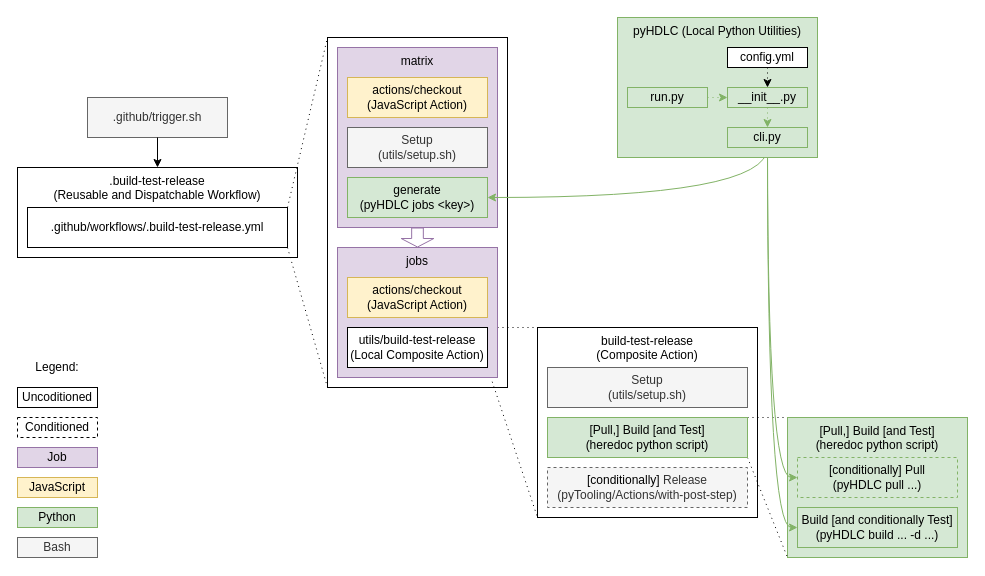
hdl/containers keeps this draw.io diagram as doc/containers.drawio. Above is the earlier version. Source tidied: cells renumbered, new cells numbered last; positions are measured from the earlier drawing's top-left corner, leaving out a move shared by most shapes. Both pictures are drawn from the tidied source at 100%, with x=0, y=0 at pixel (17, 17).
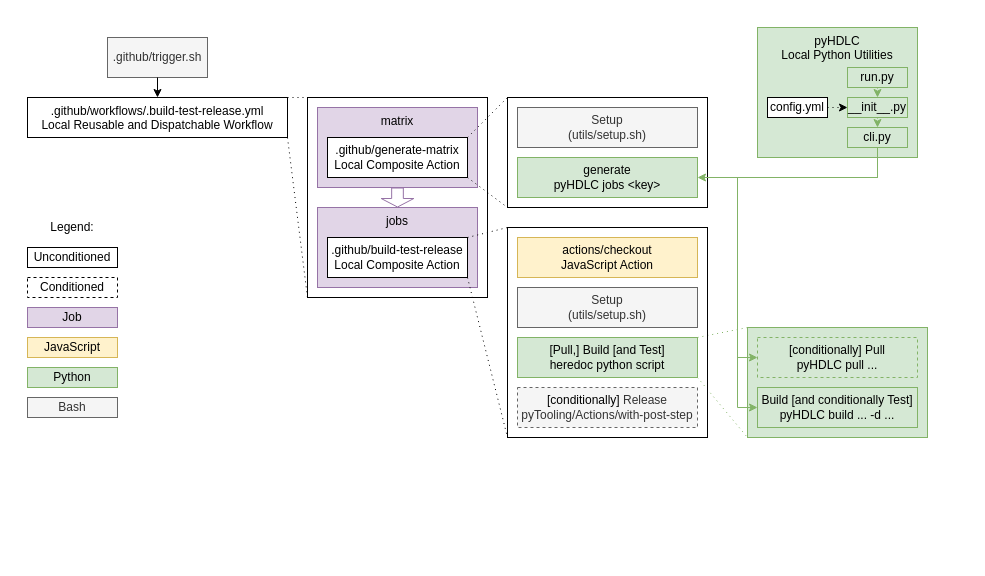
Above is the later version.

Commit message (it also covers changes not shown here):
doc/CI/Structure: update diagram

Change to the diagram source:
```diff
@@
+    <mxCell id="16" style="rounded=0;whiteSpace=wrap;html=1;fillColor=#d5e8d4;strokeColor=#82b366;verticalAlign=top;" parent="1" vertex="1">
+      <mxGeometry x="730" y="310" width="180" height="110" as="geometry" />
+    </mxCell>
+    <mxCell id="51" style="rounded=0;whiteSpace=wrap;html=1;verticalAlign=top;fillColor=none;" parent="1" vertex="1">
+      <mxGeometry x="490" y="80" width="200" height="110" as="geometry" />
+    </mxCell>
+    <mxCell id="39" value="pyHDLC&lt;br&gt;Local Python Utilities" style="rounded=0;whiteSpace=wrap;html=1;fillColor=#d5e8d4;strokeColor=#82b366;verticalAlign=top;" parent="1" vertex="1">
+      <mxGeometry x="740" y="10" width="160" height="130" as="geometry" />
+    </mxCell>
     <mxCell id="2" style="rounded=0;whiteSpace=wrap;html=1;verticalAlign=top;fillColor=none;" parent="1" vertex="1">
-      <mxGeometry x="310" y="20" width="180" height="350" as="geometry" />
+      <mxGeometry x="290" y="80" width="180" height="200" as="geometry" />
     </mxCell>
     <mxCell id="3" value="matrix" style="rounded=0;whiteSpace=wrap;html=1;verticalAlign=top;fillColor=#e1d5e7;strokeColor=#9673a6;" parent="1" vertex="1">
-      <mxGeometry x="320" y="30" width="160" height="180" as="geometry" />
+      <mxGeometry x="300" y="90" width="160" height="80" as="geometry" />
     </mxCell>
     <mxCell id="4" style="group;" parent="1" vertex="1">
-      <mxGeometry y="340" width="80" height="200" as="geometry" />
+      <mxGeometry x="10" y="200" width="90" height="200" as="geometry" />
     </mxCell>
     <mxCell id="5" style="group;" parent="4" vertex="1">
-      <mxGeometry width="80" height="200" as="geometry" />
+      <mxGeometry width="90" height="200" as="geometry" />
     </mxCell>
     <mxCell id="6" style="group;" parent="5" vertex="1">
-      <mxGeometry width="80" height="200" as="geometry" />
+      <mxGeometry width="90" height="200" as="geometry" />
     </mxCell>
     <mxCell id="7" style="group;" parent="6" vertex="1">
-      <mxGeometry width="80" height="200" as="geometry" />
+      <mxGeometry width="90" height="200" as="geometry" />
     </mxCell>
     <mxCell id="8" value="Job" style="rounded=0;whiteSpace=wrap;html=1;fillColor=#e1d5e7;strokeColor=#9673a6;" parent="7" vertex="1">
-      <mxGeometry y="90" width="80" height="20" as="geometry" />
+      <mxGeometry y="90" width="90" height="20" as="geometry" />
     </mxCell>
     <mxCell id="9" value="JavaScript" style="rounded=0;whiteSpace=wrap;html=1;fillColor=#fff2cc;strokeColor=#d6b656;" parent="7" vertex="1">
-      <mxGeometry y="120" width="80" height="20" as="geometry" />
+      <mxGeometry y="120" width="90" height="20" as="geometry" />
     </mxCell>
     <mxCell id="10" value="Bash" style="rounded=0;whiteSpace=wrap;html=1;fillColor=#f5f5f5;strokeColor=#666666;fontColor=#333333;" parent="7" vertex="1">
-      <mxGeometry y="180" width="80" height="20" as="geometry" />
+      <mxGeometry y="180" width="90" height="20" as="geometry" />
     </mxCell>
     <mxCell id="11" value="Python" style="rounded=0;whiteSpace=wrap;html=1;fillColor=#d5e8d4;strokeColor=#82b366;" parent="7" vertex="1">
-      <mxGeometry y="150" width="80" height="20" as="geometry" />
+      <mxGeometry y="150" width="90" height="20" as="geometry" />
     </mxCell>
     <mxCell id="12" value="Legend:" style="rounded=0;whiteSpace=wrap;html=1;fillColor=none;strokeColor=none;" parent="7" vertex="1">
-      <mxGeometry width="80" height="20" as="geometry" />
+      <mxGeometry width="90" height="20" as="geometry" />
     </mxCell>
-    <mxCell id="13" value="Uncoditioned" style="rounded=0;whiteSpace=wrap;html=1;" parent="7" vertex="1">
-      <mxGeometry y="30" width="80" height="20" as="geometry" />
+    <mxCell id="13" value="Unconditioned" style="rounded=0;whiteSpace=wrap;html=1;" parent="7" vertex="1">
+      <mxGeometry y="30" width="90" height="20" as="geometry" />
     </mxCell>
     <mxCell id="14" value="Conditioned" style="rounded=0;whiteSpace=wrap;html=1;dashed=1;" parent="7" vertex="1">
-      <mxGeometry y="60" width="80" height="20" as="geometry" />
+      <mxGeometry y="60" width="90" height="20" as="geometry" />
     </mxCell>
-    <mxCell id="15" style="group;" parent="1" vertex="1">
-      <mxGeometry x="770" y="400" width="180" height="140" as="geometry" />
-    </mxCell>
-    <mxCell id="16" value="[Pull,] Build [and Test]&lt;br&gt;(heredoc python script)" style="rounded=0;whiteSpace=wrap;html=1;fillColor=#d5e8d4;strokeColor=#82b366;verticalAlign=top;" parent="15" vertex="1">
-      <mxGeometry width="180" height="140" as="geometry" />
-    </mxCell>
-    <mxCell id="17" value="[conditionally] Pull&lt;br&gt;(pyHDLC pull ...)" style="rounded=0;whiteSpace=wrap;html=1;fillColor=#d5e8d4;strokeColor=#82b366;dashed=1;" parent="15" vertex="1">
-      <mxGeometry x="10" y="40" width="160" height="40" as="geometry" />
-    </mxCell>
-    <mxCell id="18" value="Build [and conditionally Test]&lt;br&gt;(pyHDLC build ... -d ...)" style="rounded=0;whiteSpace=wrap;html=1;fillColor=#d5e8d4;strokeColor=#82b366;" parent="15" vertex="1">
-      <mxGeometry x="10" y="90" width="160" height="40" as="geometry" />
-    </mxCell>
-    <mxCell id="19" style="endArrow=none;html=1;exitX=1;exitY=0;exitDx=0;exitDy=0;entryX=0;entryY=0;entryDx=0;entryDy=0;dashed=1;dashPattern=1 4;" parent="1" edge="1" source="30" target="16">
+    <mxCell id="19" style="endArrow=none;html=1;exitX=1;exitY=0;exitDx=0;exitDy=0;entryX=0;entryY=0;entryDx=0;entryDy=0;dashed=1;dashPattern=1 4;fillColor=#d5e8d4;strokeColor=#82b366;" parent="1" edge="1" source="30" target="16">
       <mxGeometry relative="1" as="geometry" />
     </mxCell>
-    <mxCell id="20" style="endArrow=none;html=1;exitX=1;exitY=1;exitDx=0;exitDy=0;entryX=0;entryY=1;entryDx=0;entryDy=0;dashed=1;dashPattern=1 4;" parent="1" edge="1" source="30" target="16">
+    <mxCell id="20" style="endArrow=none;html=1;exitX=1;exitY=1;exitDx=0;exitDy=0;entryX=0;entryY=1;entryDx=0;entryDy=0;dashed=1;dashPattern=1 4;fillColor=#d5e8d4;strokeColor=#82b366;" parent="1" edge="1" source="30" target="16">
       <mxGeometry relative="1" as="geometry" />
     </mxCell>
-    <mxCell id="21" style="endArrow=none;html=1;dashed=1;dashPattern=1 4;exitX=1;exitY=1;exitDx=0;exitDy=0;entryX=0;entryY=1;entryDx=0;entryDy=0;" parent="1" edge="1" source="36" target="28">
-      <mxGeometry relative="1" as="geometry" />
-    </mxCell>
-    <mxCell id="22" style="endArrow=none;html=1;exitX=1;exitY=0;exitDx=0;exitDy=0;entryX=0;entryY=0;entryDx=0;entryDy=0;dashed=1;dashPattern=1 4;" parent="1" edge="1" source="36" target="28">
-      <mxGeometry relative="1" as="geometry" />
-    </mxCell>
-    <mxCell id="23" style="endArrow=none;html=1;exitX=1;exitY=0;exitDx=0;exitDy=0;entryX=0;entryY=0;entryDx=0;entryDy=0;dashed=1;dashPattern=1 4;" parent="1" edge="1" source="48" target="2">
+    <mxCell id="23" style="endArrow=none;html=1;exitX=1;exitY=0;exitDx=0;exitDy=0;entryX=0;entryY=0;entryDx=0;entryDy=0;dashed=1;dashPattern=1 4;" parent="1" edge="1" source="47" target="2">
       <mxGeometry relative="1" as="geometry" />
     </mxCell>
-    <mxCell id="24" style="endArrow=none;html=1;exitX=1;exitY=1;exitDx=0;exitDy=0;entryX=0;entryY=1;entryDx=0;entryDy=0;dashed=1;dashPattern=1 4;" parent="1" edge="1" source="48" target="2">
+    <mxCell id="24" style="endArrow=none;html=1;exitX=1;exitY=1;exitDx=0;exitDy=0;entryX=0;entryY=1;entryDx=0;entryDy=0;dashed=1;dashPattern=1 4;" parent="1" edge="1" source="47" target="2">
       <mxGeometry relative="1" as="geometry" />
     </mxCell>
-    <mxCell id="25" style="endArrow=classic;html=1;exitX=0.5;exitY=1;exitDx=0;exitDy=0;entryX=1;entryY=0.5;entryDx=0;entryDy=0;edgeStyle=orthogonalEdgeStyle;curved=1;fillColor=#d5e8d4;strokeColor=#82b366;" parent="1" edge="1" source="41" target="33">
+    <mxCell id="25" style="endArrow=classic;html=1;exitX=0.5;exitY=1;exitDx=0;exitDy=0;entryX=1;entryY=0.5;entryDx=0;entryDy=0;edgeStyle=orthogonalEdgeStyle;fillColor=#d5e8d4;strokeColor=#82b366;rounded=0;" parent="1" edge="1" source="41" target="33">
       <mxGeometry relative="1" as="geometry" />
     </mxCell>
-    <mxCell id="26" style="endArrow=classic;html=1;exitX=0.5;exitY=1;exitDx=0;exitDy=0;entryX=0;entryY=0.5;entryDx=0;entryDy=0;edgeStyle=orthogonalEdgeStyle;curved=1;fillColor=#d5e8d4;strokeColor=#82b366;" parent="1" edge="1" source="41" target="17">
-      <mxGeometry relative="1" as="geometry" />
+    <mxCell id="26" style="endArrow=classic;html=1;exitX=0.5;exitY=1;exitDx=0;exitDy=0;entryX=0;entryY=0.5;entryDx=0;entryDy=0;edgeStyle=orthogonalEdgeStyle;fillColor=#d5e8d4;strokeColor=#82b366;rounded=0;" parent="1" edge="1" source="41" target="17">
+      <mxGeometry relative="1" as="geometry">
+        <Array as="points">
+          <mxPoint x="860" y="160" />
+          <mxPoint x="720" y="160" />
+          <mxPoint x="720" y="340" />
+        </Array>
+      </mxGeometry>
     </mxCell>
-    <mxCell id="27" style="endArrow=classic;html=1;exitX=0.5;exitY=1;exitDx=0;exitDy=0;entryX=0;entryY=0.5;entryDx=0;entryDy=0;edgeStyle=orthogonalEdgeStyle;curved=1;fillColor=#d5e8d4;strokeColor=#82b366;" parent="1" edge="1" source="41" target="18">
-      <mxGeometry relative="1" as="geometry" />
+    <mxCell id="27" style="endArrow=classic;html=1;exitX=0.5;exitY=1;exitDx=0;exitDy=0;entryX=0;entryY=0.5;entryDx=0;entryDy=0;edgeStyle=orthogonalEdgeStyle;fillColor=#d5e8d4;strokeColor=#82b366;rounded=0;" parent="1" edge="1" source="41" target="18">
+      <mxGeometry relative="1" as="geometry">
+        <Array as="points">
+          <mxPoint x="860" y="160" />
+          <mxPoint x="720" y="160" />
+          <mxPoint x="720" y="390" />
+        </Array>
+      </mxGeometry>
     </mxCell>
-    <mxCell id="28" value="build-test-release&lt;br&gt;(Composite Action)" style="rounded=0;whiteSpace=wrap;html=1;verticalAlign=top;fillColor=none;" parent="1" vertex="1">
-      <mxGeometry x="520" y="310" width="220" height="190" as="geometry" />
+    <mxCell id="28" style="rounded=0;whiteSpace=wrap;html=1;verticalAlign=top;fillColor=none;" parent="1" vertex="1">
+      <mxGeometry x="490" y="210" width="200" height="210" as="geometry" />
     </mxCell>
     <mxCell id="29" value="Setup&lt;br&gt;(utils/setup.sh)" style="rounded=0;whiteSpace=wrap;html=1;fillColor=#f5f5f5;strokeColor=#666666;fontColor=#333333;" parent="1" vertex="1">
-      <mxGeometry x="530" y="350" width="200" height="40" as="geometry" />
+      <mxGeometry x="500" y="270" width="180" height="40" as="geometry" />
     </mxCell>
-    <mxCell id="30" value="[Pull,] Build [and Test]&lt;br&gt;(heredoc python script)" style="rounded=0;whiteSpace=wrap;html=1;fillColor=#d5e8d4;strokeColor=#82b366;" parent="1" vertex="1">
-      <mxGeometry x="530" y="400" width="200" height="40" as="geometry" />
+    <mxCell id="30" value="[Pull,] Build [and Test]&lt;br&gt;heredoc python script" style="rounded=0;whiteSpace=wrap;html=1;fillColor=#d5e8d4;strokeColor=#82b366;" parent="1" vertex="1">
+      <mxGeometry x="500" y="320" width="180" height="40" as="geometry" />
     </mxCell>
-    <mxCell id="31" value="&lt;span style=&quot;color: rgb(0 , 0 , 0)&quot;&gt;[conditionally]&amp;nbsp;&lt;/span&gt;Release&lt;br&gt;(pyTooling/Actions/with-post-step)" style="rounded=0;whiteSpace=wrap;html=1;fillColor=#f5f5f5;strokeColor=#666666;fontColor=#333333;dashed=1;" parent="1" vertex="1">
-      <mxGeometry x="530" y="450" width="200" height="40" as="geometry" />
+    <mxCell id="31" value="&lt;span style=&quot;color: rgb(0 , 0 , 0)&quot;&gt;[conditionally]&amp;nbsp;&lt;/span&gt;Release&lt;br&gt;pyTooling/Actions/with-post-step" style="rounded=0;whiteSpace=wrap;html=1;fillColor=#f5f5f5;strokeColor=#666666;fontColor=#333333;dashed=1;" parent="1" vertex="1">
+      <mxGeometry x="500" y="370" width="180" height="40" as="geometry" />
     </mxCell>
     <mxCell id="32" value="Setup&lt;br&gt;(utils/setup.sh)" style="rounded=0;whiteSpace=wrap;html=1;fillColor=#f5f5f5;strokeColor=#666666;fontColor=#333333;" parent="1" vertex="1">
-      <mxGeometry x="330" y="110" width="140" height="40" as="geometry" />
+      <mxGeometry x="500" y="90" width="180" height="40" as="geometry" />
     </mxCell>
-    <mxCell id="33" value="generate&lt;br&gt;(pyHDLC jobs &amp;lt;key&amp;gt;)" style="rounded=0;whiteSpace=wrap;html=1;fillColor=#d5e8d4;strokeColor=#82b366;" parent="1" vertex="1">
-      <mxGeometry x="330" y="160" width="140" height="40" as="geometry" />
+    <mxCell id="33" value="generate&lt;br&gt;pyHDLC jobs &amp;lt;key&amp;gt;" style="rounded=0;whiteSpace=wrap;html=1;fillColor=#d5e8d4;strokeColor=#82b366;" parent="1" vertex="1">
+      <mxGeometry x="500" y="140" width="180" height="40" as="geometry" />
     </mxCell>
-    <mxCell id="34" value="actions/checkout&lt;br&gt;(JavaScript Action)" style="rounded=0;whiteSpace=wrap;html=1;fillColor=#fff2cc;strokeColor=#d6b656;" parent="1" vertex="1">
-      <mxGeometry x="330" y="60" width="140" height="40" as="geometry" />
-    </mxCell>
     <mxCell id="35" value="jobs" style="rounded=0;whiteSpace=wrap;html=1;verticalAlign=top;fillColor=#e1d5e7;strokeColor=#9673a6;" parent="1" vertex="1">
-      <mxGeometry x="320" y="230" width="160" height="130" as="geometry" />
+      <mxGeometry x="300" y="190" width="160" height="80" as="geometry" />
     </mxCell>
-    <mxCell id="36" value="utils/build-test-release&lt;br&gt;(Local Composite Action)" style="rounded=0;whiteSpace=wrap;html=1;" parent="1" vertex="1">
-      <mxGeometry x="330" y="310" width="140" height="40" as="geometry" />
+    <mxCell id="36" value=".github/build-test-release&lt;br&gt;Local Composite Action" style="rounded=0;whiteSpace=wrap;html=1;" parent="1" vertex="1">
+      <mxGeometry x="310" y="220" width="140" height="40" as="geometry" />
     </mxCell>
-    <mxCell id="37" value="actions/checkout&lt;br&gt;(JavaScript Action)" style="rounded=0;whiteSpace=wrap;html=1;fillColor=#fff2cc;strokeColor=#d6b656;" parent="1" vertex="1">
-      <mxGeometry x="330" y="260" width="140" height="40" as="geometry" />
+    <mxCell id="37" value="actions/checkout&lt;br&gt;JavaScript Action" style="rounded=0;whiteSpace=wrap;html=1;fillColor=#fff2cc;strokeColor=#d6b656;" parent="1" vertex="1">
+      <mxGeometry x="500" y="220" width="180" height="40" as="geometry" />
     </mxCell>
@@
-    <mxCell id="39" value="pyHDLC (Local Python Utilities)" style="rounded=0;whiteSpace=wrap;html=1;fillColor=#d5e8d4;strokeColor=#82b366;verticalAlign=top;" parent="1" vertex="1">
-      <mxGeometry x="600" width="200" height="140" as="geometry" />
-    </mxCell>
     <mxCell id="40" value="__init__.py" style="rounded=0;whiteSpace=wrap;html=1;fillColor=#d5e8d4;strokeColor=#82b366;verticalAlign=middle;" parent="1" vertex="1">
-      <mxGeometry x="710" y="70" width="80" height="20" as="geometry" />
+      <mxGeometry x="830" y="80" width="60" height="20" as="geometry" />
     </mxCell>
     <mxCell id="41" value="cli.py" style="rounded=0;whiteSpace=wrap;html=1;fillColor=#d5e8d4;strokeColor=#82b366;verticalAlign=middle;" parent="1" vertex="1">
-      <mxGeometry x="710" y="110" width="80" height="20" as="geometry" />
+      <mxGeometry x="830" y="110" width="60" height="20" as="geometry" />
     </mxCell>
     <mxCell id="42" value="run.py" style="rounded=0;whiteSpace=wrap;html=1;fillColor=#d5e8d4;strokeColor=#82b366;verticalAlign=middle;" parent="1" vertex="1">
-      <mxGeometry x="610" y="70" width="80" height="20" as="geometry" />
+      <mxGeometry x="830" y="50" width="60" height="20" as="geometry" />
     </mxCell>
@@
-    <mxCell id="44" style="endArrow=classic;html=1;dashed=1;dashPattern=1 4;entryX=0;entryY=0.5;entryDx=0;entryDy=0;exitX=1;exitY=0.5;exitDx=0;exitDy=0;fillColor=#d5e8d4;strokeColor=#82b366;" parent="1" edge="1" source="42" target="40">
+    <mxCell id="44" style="endArrow=classic;html=1;dashed=1;dashPattern=1 4;entryX=0.5;entryY=0;entryDx=0;entryDy=0;exitX=0.5;exitY=1;exitDx=0;exitDy=0;fillColor=#d5e8d4;strokeColor=#82b366;" parent="1" edge="1" source="42" target="40">
       <mxGeometry relative="1" as="geometry" />
     </mxCell>
     <mxCell id="45" value="config.yml" style="rounded=0;whiteSpace=wrap;html=1;verticalAlign=middle;" parent="1" vertex="1">
-      <mxGeometry x="710" y="30" width="80" height="20" as="geometry" />
+      <mxGeometry x="750" y="80" width="60" height="20" as="geometry" />
     </mxCell>
-    <mxCell id="46" style="endArrow=classic;html=1;dashed=1;dashPattern=1 4;entryX=0.5;entryY=0;entryDx=0;entryDy=0;exitX=0.5;exitY=1;exitDx=0;exitDy=0;" parent="1" edge="1" source="45" target="40">
+    <mxCell id="46" style="endArrow=classic;html=1;dashed=1;dashPattern=1 4;entryX=0;entryY=0.5;entryDx=0;entryDy=0;exitX=1;exitY=0.5;exitDx=0;exitDy=0;" parent="1" edge="1" source="45" target="40">
       <mxGeometry relative="1" as="geometry" />
     </mxCell>
-    <mxCell id="47" value=".build-test-release&lt;br&gt;(Reusable and Dispatchable Workflow)" style="rounded=0;whiteSpace=wrap;html=1;verticalAlign=top;fillColor=none;" parent="1" vertex="1">
-      <mxGeometry y="150" width="280" height="90" as="geometry" />
+    <mxCell id="47" value=".github/workflows/.build-test-release.yml&lt;br&gt;Local Reusable and Dispatchable Workflow" style="rounded=0;whiteSpace=wrap;html=1;verticalAlign=top;fillColor=none;" parent="1" vertex="1">
+      <mxGeometry x="10" y="80" width="260" height="40" as="geometry" />
     </mxCell>
-    <mxCell id="48" value=".github/workflows/.build-test-release.yml" style="rounded=0;whiteSpace=wrap;html=1;" parent="1" vertex="1">
-      <mxGeometry x="10" y="190" width="260" height="40" as="geometry" />
-    </mxCell>
     <mxCell id="49" value=".github/trigger.sh" style="rounded=0;whiteSpace=wrap;html=1;fillColor=#f5f5f5;strokeColor=#666666;fontColor=#333333;" parent="1" vertex="1">
-      <mxGeometry x="70" y="80" width="140" height="40" as="geometry" />
+      <mxGeometry x="90" y="20" width="100" height="40" as="geometry" />
     </mxCell>
@@
+    <mxCell id="52" value=".github/generate-matrix&lt;br&gt;Local Composite Action" style="rounded=0;whiteSpace=wrap;html=1;" parent="1" vertex="1">
+      <mxGeometry x="310" y="120" width="140" height="40" as="geometry" />
+    </mxCell>
+    <mxCell id="53" style="endArrow=none;html=1;exitX=1;exitY=0;exitDx=0;exitDy=0;entryX=0;entryY=0;entryDx=0;entryDy=0;dashed=1;dashPattern=1 4;" parent="1" edge="1" source="52" target="51">
+      <mxGeometry relative="1" as="geometry" />
+    </mxCell>
+    <mxCell id="54" style="endArrow=none;html=1;dashed=1;dashPattern=1 4;exitX=1;exitY=1;exitDx=0;exitDy=0;entryX=0;entryY=1;entryDx=0;entryDy=0;" parent="1" edge="1" source="52" target="51">
+      <mxGeometry relative="1" as="geometry" />
+    </mxCell>
+    <mxCell id="21" style="endArrow=none;html=1;dashed=1;dashPattern=1 4;exitX=1;exitY=1;exitDx=0;exitDy=0;entryX=0;entryY=1;entryDx=0;entryDy=0;" parent="1" edge="1" source="36" target="28">
+      <mxGeometry relative="1" as="geometry" />
+    </mxCell>
+    <mxCell id="22" style="endArrow=none;html=1;exitX=1;exitY=0;exitDx=0;exitDy=0;entryX=0;entryY=0;entryDx=0;entryDy=0;dashed=1;dashPattern=1 4;" parent="1" edge="1" source="36" target="28">
+      <mxGeometry relative="1" as="geometry" />
+    </mxCell>
+    <mxCell id="17" value="[conditionally] Pull&lt;br&gt;pyHDLC pull ..." style="rounded=0;whiteSpace=wrap;html=1;fillColor=#d5e8d4;strokeColor=#82b366;dashed=1;" parent="1" vertex="1">
+      <mxGeometry x="740" y="320" width="160" height="40" as="geometry" />
+    </mxCell>
+    <mxCell id="18" value="Build [and conditionally Test]&lt;br&gt;pyHDLC build ... -d ..." style="rounded=0;whiteSpace=wrap;html=1;fillColor=#d5e8d4;strokeColor=#82b366;" parent="1" vertex="1">
+      <mxGeometry x="740" y="370" width="160" height="40" as="geometry" />
+    </mxCell>
```
